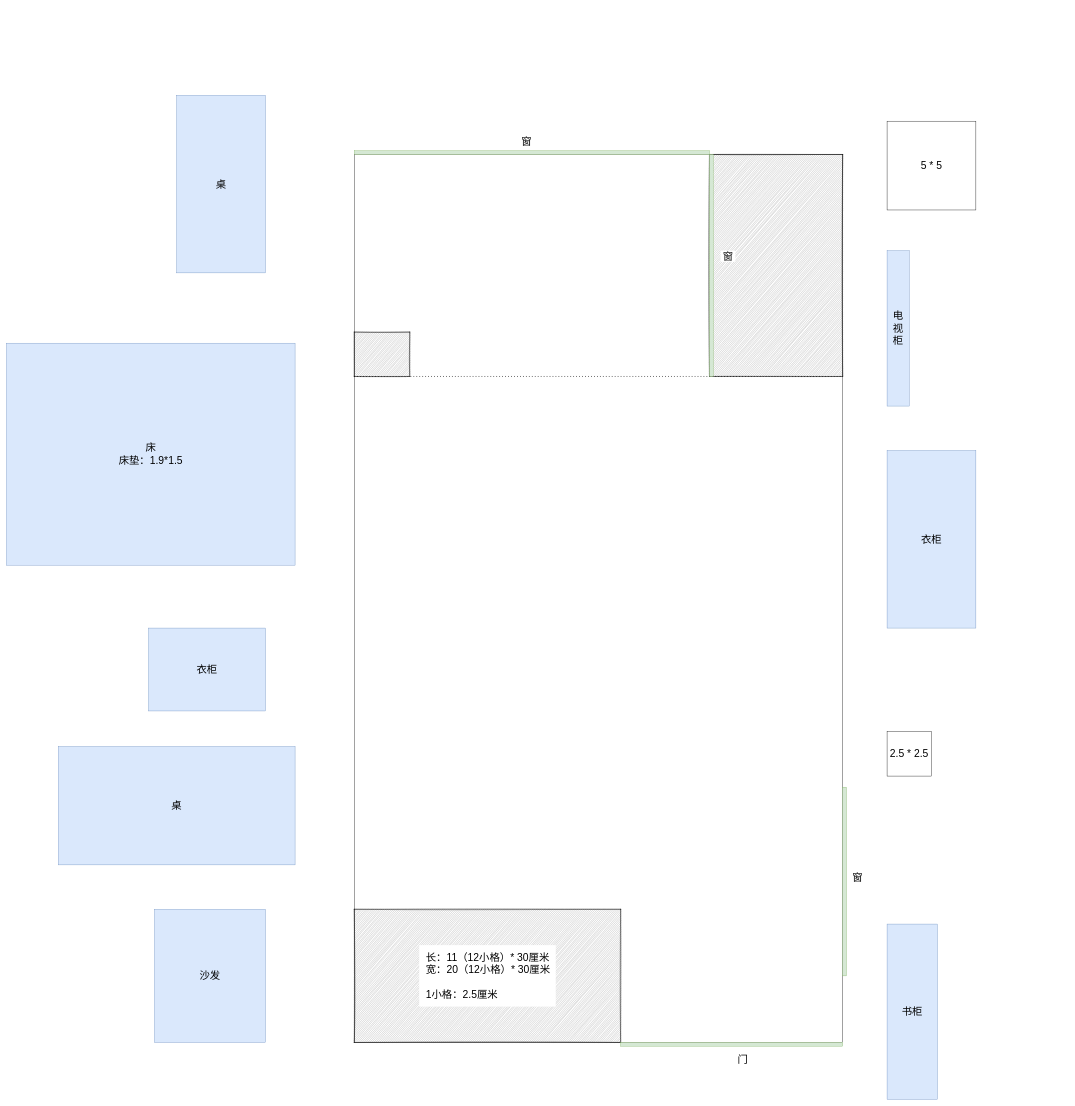
Above: page "搬家2" (5 of 5) of draft/project-1/Untitled Diagram.drawio in mattshhuang/draw-io (draw.io), before the change. Source tidied: cells renumbered, new cells numbered last; positions are measured from the earlier drawing's top-left corner, leaving out a move shared by most shapes. Both pictures are drawn from the tidied source at 37%, with x=0, y=0 at pixel (6, 95).
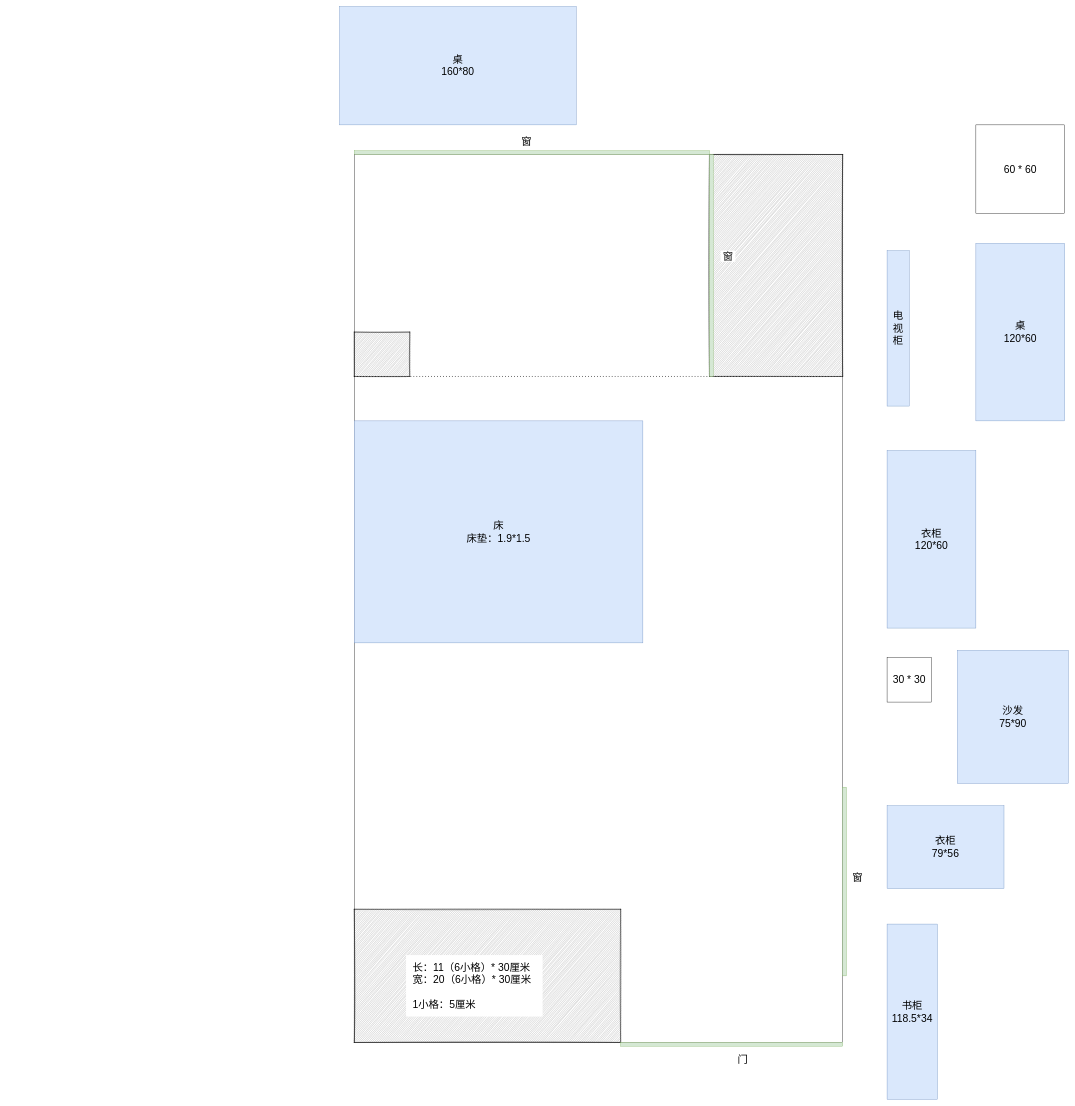
The same diagram, later.

What changed in the source:
```diff
@@
-    <mxCell id="4" value="&lt;font style=&quot;font-size: 28px;&quot;&gt;桌&lt;/font&gt;" style="rounded=0;whiteSpace=wrap;html=1;fillColor=#dae8fc;strokeColor=#6c8ebf;" parent="1" vertex="1">
-      <mxGeometry x="460" width="240" height="480" as="geometry" />
+    <mxCell id="4" value="&lt;font style=&quot;font-size: 28px;&quot;&gt;桌&lt;br&gt;120*60&lt;br&gt;&lt;/font&gt;" style="rounded=0;whiteSpace=wrap;html=1;fillColor=#dae8fc;strokeColor=#6c8ebf;" parent="1" vertex="1">
+      <mxGeometry x="2620" y="400" width="240" height="480" as="geometry" />
     </mxCell>
@@
-    <mxCell id="6" value="&lt;font style=&quot;font-size: 28px;&quot;&gt;衣柜&lt;/font&gt;" style="rounded=0;whiteSpace=wrap;html=1;shadow=0;glass=0;sketch=0;fillColor=#dae8fc;strokeColor=#6c8ebf;" parent="1" vertex="1">
+    <mxCell id="6" value="&lt;font style=&quot;font-size: 28px;&quot;&gt;衣柜&lt;br&gt;120*60&lt;br&gt;&lt;/font&gt;" style="rounded=0;whiteSpace=wrap;html=1;shadow=0;glass=0;sketch=0;fillColor=#dae8fc;strokeColor=#6c8ebf;" parent="1" vertex="1">
       <mxGeometry x="2380" y="960" width="240" height="480" as="geometry" />
     </mxCell>
     <mxCell id="7" value="&lt;font style=&quot;font-size: 28px;&quot;&gt;床&lt;br&gt;床垫：1.9*1.5&lt;/font&gt;" style="rounded=0;whiteSpace=wrap;html=1;shadow=0;glass=0;sketch=0;fillColor=#dae8fc;strokeColor=#6c8ebf;" parent="1" vertex="1">
-      <mxGeometry y="670" width="780" height="600" as="geometry" />
+      <mxGeometry x="940" y="880" width="780" height="600" as="geometry" />
     </mxCell>
@@
-    <mxCell id="11" value="&lt;font style=&quot;font-size: 28px;&quot;&gt;&amp;nbsp; 长：11（12小格）* 30厘米&lt;br&gt;&amp;nbsp; 宽：20（12小格）* 30厘米&lt;br&gt;&lt;br&gt;&amp;nbsp; 1小格：2.5厘米&lt;/font&gt;" style="text;html=1;strokeColor=none;fillColor=default;align=left;verticalAlign=middle;whiteSpace=wrap;rounded=0;" parent="1" vertex="1">
-      <mxGeometry x="1115.5" y="2296.9" width="369" height="166.2" as="geometry" />
+    <mxCell id="11" value="&lt;font style=&quot;font-size: 28px;&quot;&gt;&amp;nbsp; 长：11（6小格）* 30厘米&lt;br&gt;&amp;nbsp; 宽：20（6小格）* 30厘米&lt;br&gt;&lt;br&gt;&amp;nbsp; 1小格：5厘米&lt;/font&gt;" style="text;html=1;strokeColor=none;fillColor=default;align=left;verticalAlign=middle;whiteSpace=wrap;rounded=0;" parent="1" vertex="1">
+      <mxGeometry x="1080" y="2323.8" width="369" height="166.2" as="geometry" />
     </mxCell>
@@
-    <mxCell id="15" value="&lt;font style=&quot;font-size: 28px;&quot;&gt;桌&lt;/font&gt;" style="rounded=0;whiteSpace=wrap;html=1;shadow=0;glass=0;labelBackgroundColor=none;labelBorderColor=none;sketch=0;fillColor=#dae8fc;strokeColor=#6c8ebf;" parent="1" vertex="1">
-      <mxGeometry x="140" y="1760" width="640" height="320" as="geometry" />
+    <mxCell id="15" value="&lt;font style=&quot;font-size: 28px;&quot;&gt;桌&lt;br&gt;160*80&lt;br&gt;&lt;/font&gt;" style="rounded=0;whiteSpace=wrap;html=1;shadow=0;glass=0;labelBackgroundColor=none;labelBorderColor=none;sketch=0;fillColor=#dae8fc;strokeColor=#6c8ebf;" parent="1" vertex="1">
+      <mxGeometry x="900" y="-240" width="640" height="320" as="geometry" />
     </mxCell>
-    <mxCell id="16" value="&lt;font style=&quot;font-size: 28px;&quot;&gt;沙发&lt;/font&gt;" style="rounded=0;whiteSpace=wrap;html=1;shadow=0;glass=0;labelBackgroundColor=none;labelBorderColor=none;sketch=0;fillColor=#dae8fc;strokeColor=#6c8ebf;" parent="1" vertex="1">
-      <mxGeometry x="400" y="2200" width="300" height="360" as="geometry" />
+    <mxCell id="16" value="&lt;font style=&quot;font-size: 28px;&quot;&gt;沙发&lt;br&gt;75*90&lt;br&gt;&lt;/font&gt;" style="rounded=0;whiteSpace=wrap;html=1;shadow=0;glass=0;labelBackgroundColor=none;labelBorderColor=none;sketch=0;fillColor=#dae8fc;strokeColor=#6c8ebf;" parent="1" vertex="1">
+      <mxGeometry x="2570" y="1500" width="300" height="360" as="geometry" />
     </mxCell>
-    <mxCell id="17" value="&lt;font style=&quot;font-size: 28px;&quot;&gt;衣柜&lt;/font&gt;" style="rounded=0;whiteSpace=wrap;html=1;shadow=0;glass=0;labelBackgroundColor=none;labelBorderColor=none;sketch=0;fillColor=#dae8fc;strokeColor=#6c8ebf;" parent="1" vertex="1">
-      <mxGeometry x="384" y="1440" width="316" height="224" as="geometry" />
+    <mxCell id="17" value="&lt;font style=&quot;font-size: 28px;&quot;&gt;衣柜&lt;br&gt;79*56&lt;br&gt;&lt;/font&gt;" style="rounded=0;whiteSpace=wrap;html=1;shadow=0;glass=0;labelBackgroundColor=none;labelBorderColor=none;sketch=0;fillColor=#dae8fc;strokeColor=#6c8ebf;" parent="1" vertex="1">
+      <mxGeometry x="2380" y="1920" width="316" height="224" as="geometry" />
     </mxCell>
@@
-    <mxCell id="21" value="&lt;font style=&quot;font-size: 28px;&quot;&gt;2.5 * 2.5&lt;/font&gt;" style="rounded=0;whiteSpace=wrap;html=1;shadow=0;glass=0;labelBackgroundColor=none;labelBorderColor=none;sketch=0;fontSize=18;fillColor=default;gradientColor=none;" parent="1" vertex="1">
-      <mxGeometry x="2380" y="1720" width="120" height="120" as="geometry" />
+    <mxCell id="21" value="&lt;font style=&quot;font-size: 28px;&quot;&gt;30 * 30&lt;/font&gt;" style="rounded=0;whiteSpace=wrap;html=1;shadow=0;glass=0;labelBackgroundColor=none;labelBorderColor=none;sketch=0;fontSize=18;fillColor=default;gradientColor=none;" parent="1" vertex="1">
+      <mxGeometry x="2380" y="1520" width="120" height="120" as="geometry" />
     </mxCell>
@@
-    <mxCell id="24" value="&lt;font style=&quot;font-size: 28px;&quot;&gt;5 * 5&lt;/font&gt;" style="rounded=0;whiteSpace=wrap;html=1;shadow=0;glass=0;labelBackgroundColor=none;labelBorderColor=none;sketch=0;fontSize=18;fillColor=default;gradientColor=none;" parent="1" vertex="1">
-      <mxGeometry x="2380" y="70" width="240" height="240" as="geometry" />
+    <mxCell id="24" value="&lt;font style=&quot;font-size: 28px;&quot;&gt;60 * 60&lt;/font&gt;" style="rounded=0;whiteSpace=wrap;html=1;shadow=0;glass=0;labelBackgroundColor=none;labelBorderColor=none;sketch=0;fontSize=18;fillColor=default;gradientColor=none;" parent="1" vertex="1">
+      <mxGeometry x="2620" y="80" width="240" height="240" as="geometry" />
     </mxCell>
-    <mxCell id="25" value="书柜" style="rounded=0;whiteSpace=wrap;html=1;shadow=0;glass=0;labelBackgroundColor=none;labelBorderColor=none;sketch=0;fontSize=28;fillColor=#dae8fc;strokeColor=#6c8ebf;" parent="1" vertex="1">
+    <mxCell id="25" value="书柜&lt;br&gt;118.5*34" style="rounded=0;whiteSpace=wrap;html=1;shadow=0;glass=0;labelBackgroundColor=none;labelBorderColor=none;sketch=0;fontSize=28;fillColor=#dae8fc;strokeColor=#6c8ebf;" parent="1" vertex="1">
       <mxGeometry x="2380" y="2240" width="136" height="474" as="geometry" />
     </mxCell>
```
